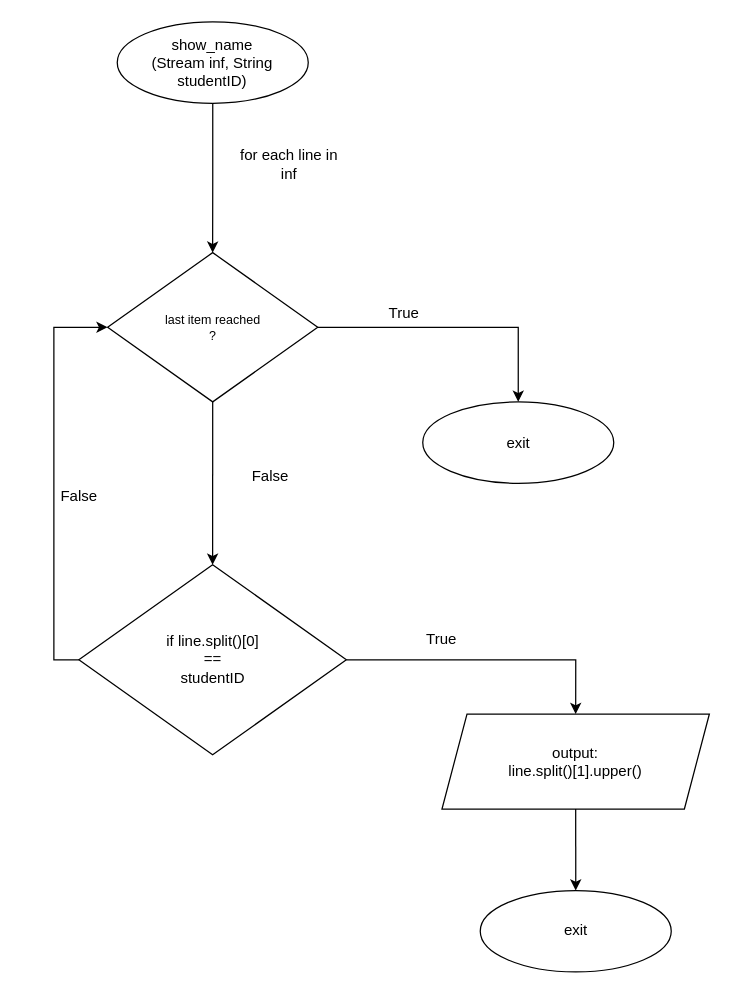
The draw.io diagram page "show_name" (4 of 6) of Untitled Diagram.drawio in punyaprashun25/animated_login_form, before the edit. Source tidied: cells renumbered, new cells numbered last; positions are measured from the earlier drawing's top-left corner, leaving out a move shared by most shapes. Both pictures are drawn from the tidied source at 125%, with x=0, y=0 at pixel (21, 21).
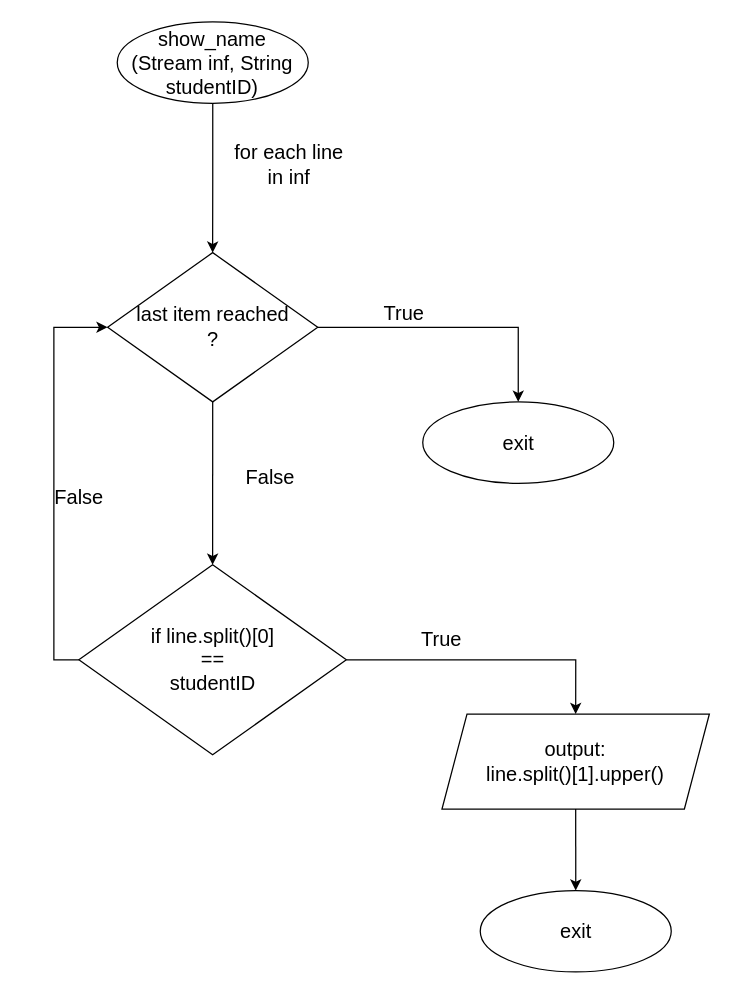
The same page after the edit.

Change to the diagram source:
```diff
@@
 <mxGraphModel>
   <root>
     <mxCell id="0" />
     <mxCell id="1" parent="0" />
-    <mxCell id="2" style="group;" parent="1" vertex="1">
+    <mxCell id="2" style="group;fontSize=16;" parent="1" vertex="1">
       <mxGeometry width="550" height="760" as="geometry" />
     </mxCell>
-    <mxCell id="3" style="edgeStyle=orthogonalEdgeStyle;rounded=0;jettySize=auto;html=1;exitX=0.5;exitY=1;exitDx=0;exitDy=0;" parent="2" edge="1" source="4" target="7">
+    <mxCell id="3" style="edgeStyle=orthogonalEdgeStyle;rounded=0;jettySize=auto;html=1;exitX=0.5;exitY=1;exitDx=0;exitDy=0;fontSize=16;" parent="2" edge="1" source="4" target="7">
       <mxGeometry relative="1" as="geometry" />
     </mxCell>
-    <mxCell id="4" value="&lt;div&gt;show_name&lt;/div&gt;&lt;div&gt;(&lt;span style=&quot;background-color: initial;&quot;&gt;Stream inf, String studentID)&lt;/span&gt;&lt;/div&gt;" style="ellipse;whiteSpace=wrap;html=1;" parent="2" vertex="1">
+    <mxCell id="4" value="&lt;div style=&quot;font-size: 16px;&quot;&gt;show_name&lt;/div&gt;&lt;div style=&quot;font-size: 16px;&quot;&gt;(&lt;span style=&quot;background-color: initial; font-size: 16px;&quot;&gt;Stream inf, String studentID)&lt;/span&gt;&lt;/div&gt;" style="ellipse;whiteSpace=wrap;html=1;fontSize=16;" parent="2" vertex="1">
       <mxGeometry x="76.3" width="152.8" height="65.1" as="geometry" />
     </mxCell>
-    <mxCell id="5" style="edgeStyle=orthogonalEdgeStyle;rounded=0;jettySize=auto;html=1;exitX=1;exitY=0.5;exitDx=0;exitDy=0;entryX=0.5;entryY=0;entryDx=0;entryDy=0;" parent="2" edge="1" source="7" target="9">
+    <mxCell id="5" style="edgeStyle=orthogonalEdgeStyle;rounded=0;jettySize=auto;html=1;exitX=1;exitY=0.5;exitDx=0;exitDy=0;entryX=0.5;entryY=0;entryDx=0;entryDy=0;fontSize=16;" parent="2" edge="1" source="7" target="9">
       <mxGeometry relative="1" as="geometry" />
     </mxCell>
-    <mxCell id="6" style="edgeStyle=orthogonalEdgeStyle;rounded=0;jettySize=auto;html=1;exitX=0.5;exitY=1;exitDx=0;exitDy=0;entryX=0.5;entryY=0;entryDx=0;entryDy=0;" parent="2" edge="1" source="7" target="14">
+    <mxCell id="6" style="edgeStyle=orthogonalEdgeStyle;rounded=0;jettySize=auto;html=1;exitX=0.5;exitY=1;exitDx=0;exitDy=0;entryX=0.5;entryY=0;entryDx=0;entryDy=0;fontSize=16;" parent="2" edge="1" source="7" target="14">
       <mxGeometry relative="1" as="geometry" />
     </mxCell>
-    <mxCell id="7" value="&lt;font style=&quot;font-size: 10px;&quot;&gt;last item reached&lt;/font&gt;&lt;div style=&quot;font-size: 10px;&quot;&gt;&lt;font style=&quot;font-size: 10px;&quot;&gt;?&lt;/font&gt;&lt;/div&gt;" style="rhombus;whiteSpace=wrap;html=1;" parent="2" vertex="1">
+    <mxCell id="7" value="&lt;font style=&quot;font-size: 16px;&quot;&gt;last item reached&lt;/font&gt;&lt;div style=&quot;font-size: 16px;&quot;&gt;&lt;font style=&quot;font-size: 16px;&quot;&gt;?&lt;/font&gt;&lt;/div&gt;" style="rhombus;whiteSpace=wrap;html=1;fontSize=16;" parent="2" vertex="1">
       <mxGeometry x="68.6" y="184.6" width="168.1" height="119.4" as="geometry" />
     </mxCell>
-    <mxCell id="8" value="for each line in inf" style="text;html=1;align=center;verticalAlign=middle;whiteSpace=wrap;rounded=0;" parent="2" vertex="1">
+    <mxCell id="8" value="for each line in inf" style="text;html=1;align=center;verticalAlign=middle;whiteSpace=wrap;rounded=0;fontSize=16;" parent="2" vertex="1">
       <mxGeometry x="167.9" y="97.7" width="91.7" height="32.6" as="geometry" />
     </mxCell>
-    <mxCell id="9" value="exit" style="ellipse;whiteSpace=wrap;html=1;" parent="2" vertex="1">
+    <mxCell id="9" value="exit" style="ellipse;whiteSpace=wrap;html=1;fontSize=16;" parent="2" vertex="1">
       <mxGeometry x="320.7" y="304" width="152.8" height="65.1" as="geometry" />
     </mxCell>
-    <mxCell id="10" value="True" style="text;html=1;align=center;verticalAlign=middle;whiteSpace=wrap;rounded=0;" parent="2" vertex="1">
+    <mxCell id="10" value="True" style="text;html=1;align=center;verticalAlign=middle;whiteSpace=wrap;rounded=0;fontSize=16;" parent="2" vertex="1">
       <mxGeometry x="259.6" y="217.1" width="91.7" height="32.6" as="geometry" />
     </mxCell>
-    <mxCell id="11" value="False" style="text;html=1;align=center;verticalAlign=middle;whiteSpace=wrap;rounded=0;" parent="2" vertex="1">
+    <mxCell id="11" value="False" style="text;html=1;align=center;verticalAlign=middle;whiteSpace=wrap;rounded=0;fontSize=16;" parent="2" vertex="1">
       <mxGeometry x="152.6" y="347.4" width="91.7" height="32.6" as="geometry" />
     </mxCell>
-    <mxCell id="12" style="edgeStyle=orthogonalEdgeStyle;rounded=0;jettySize=auto;html=1;exitX=1;exitY=0.5;exitDx=0;exitDy=0;entryX=0.5;entryY=0;entryDx=0;entryDy=0;" parent="2" edge="1" source="14" target="16">
+    <mxCell id="12" style="edgeStyle=orthogonalEdgeStyle;rounded=0;jettySize=auto;html=1;exitX=1;exitY=0.5;exitDx=0;exitDy=0;entryX=0.5;entryY=0;entryDx=0;entryDy=0;fontSize=16;" parent="2" edge="1" source="14" target="16">
       <mxGeometry relative="1" as="geometry" />
     </mxCell>
-    <mxCell id="13" style="edgeStyle=orthogonalEdgeStyle;rounded=0;jettySize=auto;html=1;exitX=0;exitY=0.5;exitDx=0;exitDy=0;entryX=0;entryY=0.5;entryDx=0;entryDy=0;" parent="2" edge="1" source="14" target="7">
+    <mxCell id="13" style="edgeStyle=orthogonalEdgeStyle;rounded=0;jettySize=auto;html=1;exitX=0;exitY=0.5;exitDx=0;exitDy=0;entryX=0;entryY=0.5;entryDx=0;entryDy=0;fontSize=16;" parent="2" edge="1" source="14" target="7">
       <mxGeometry relative="1" as="geometry" />
     </mxCell>
-    <mxCell id="14" value="if line.split()[0]&lt;div&gt;==&lt;/div&gt;&lt;div&gt;studentID&lt;/div&gt;" style="rhombus;whiteSpace=wrap;html=1;" parent="2" vertex="1">
+    <mxCell id="14" value="if line.split()[0]&lt;div style=&quot;font-size: 16px;&quot;&gt;==&lt;/div&gt;&lt;div style=&quot;font-size: 16px;&quot;&gt;studentID&lt;/div&gt;" style="rhombus;whiteSpace=wrap;html=1;fontSize=16;" parent="2" vertex="1">
       <mxGeometry x="45.6" y="434.3" width="214" height="152" as="geometry" />
     </mxCell>
-    <mxCell id="15" style="edgeStyle=orthogonalEdgeStyle;rounded=0;jettySize=auto;html=1;exitX=0.5;exitY=1;exitDx=0;exitDy=0;entryX=0.5;entryY=0;entryDx=0;entryDy=0;" parent="2" edge="1" source="16" target="17">
+    <mxCell id="15" style="edgeStyle=orthogonalEdgeStyle;rounded=0;jettySize=auto;html=1;exitX=0.5;exitY=1;exitDx=0;exitDy=0;entryX=0.5;entryY=0;entryDx=0;entryDy=0;fontSize=16;" parent="2" edge="1" source="16" target="17">
       <mxGeometry relative="1" as="geometry" />
     </mxCell>
-    <mxCell id="16" value="output:&lt;div&gt;line.split()[1].upper()&lt;/div&gt;" style="shape=parallelogram;perimeter=parallelogramPerimeter;whiteSpace=wrap;html=1;fixedSize=1;size=19.999999999999773;" parent="2" vertex="1">
+    <mxCell id="16" value="output:&lt;div style=&quot;font-size: 16px;&quot;&gt;line.split()[1].upper()&lt;/div&gt;" style="shape=parallelogram;perimeter=parallelogramPerimeter;whiteSpace=wrap;html=1;fixedSize=1;size=19.999999999999773;fontSize=16;" parent="2" vertex="1">
       <mxGeometry x="336.1" y="553.7" width="213.9" height="76" as="geometry" />
     </mxCell>
-    <mxCell id="17" value="exit" style="ellipse;whiteSpace=wrap;html=1;" parent="2" vertex="1">
+    <mxCell id="17" value="exit" style="ellipse;whiteSpace=wrap;html=1;fontSize=16;" parent="2" vertex="1">
       <mxGeometry x="366.7" y="694.9" width="152.8" height="65.1" as="geometry" />
     </mxCell>
-    <mxCell id="18" value="True" style="text;html=1;align=center;verticalAlign=middle;whiteSpace=wrap;rounded=0;" parent="2" vertex="1">
+    <mxCell id="18" value="True" style="text;html=1;align=center;verticalAlign=middle;whiteSpace=wrap;rounded=0;fontSize=16;" parent="2" vertex="1">
       <mxGeometry x="290.3" y="477.7" width="91.7" height="32.6" as="geometry" />
     </mxCell>
-    <mxCell id="19" value="False" style="text;html=1;align=center;verticalAlign=middle;whiteSpace=wrap;rounded=0;" parent="2" vertex="1">
+    <mxCell id="19" value="False" style="text;html=1;align=center;verticalAlign=middle;whiteSpace=wrap;rounded=0;fontSize=16;" parent="2" vertex="1">
       <mxGeometry y="363.7" width="91.7" height="32.6" as="geometry" />
     </mxCell>
   </root>
 </mxGraphModel>
```
